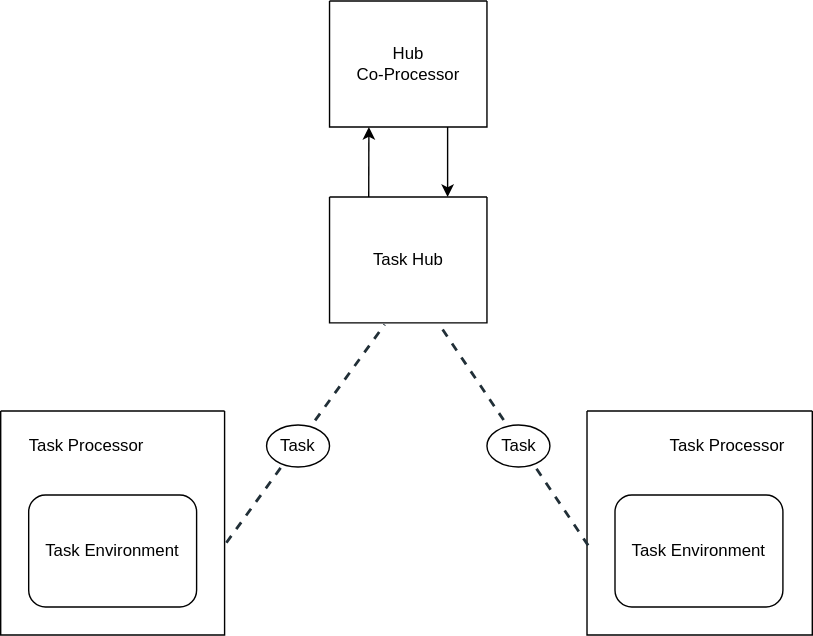
Earlier version of the draw.io export Task.drawio.svg (BlackSpider8391/TaskFlow). Source tidied: cells renumbered, new cells last; positions are measured from the earlier drawing's top-left corner, leaving out a move shared by most shapes.
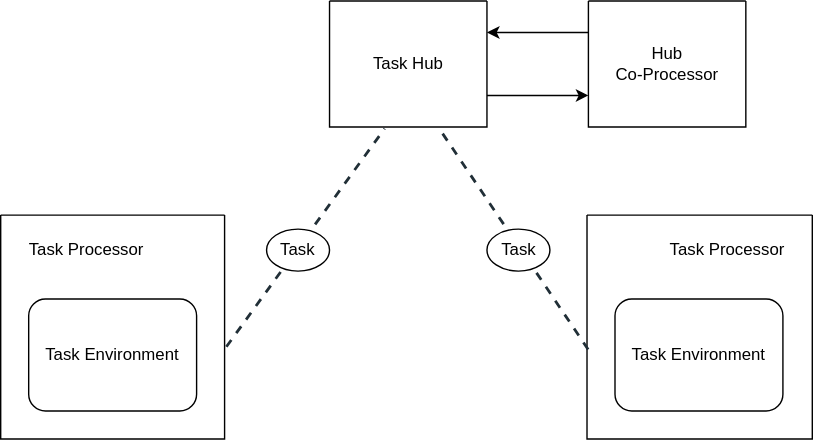
Later version of the same file.

What changed in the source:
```diff
@@ -33,17 +33,15 @@
       <mxGeometry x="347.5" y="303" width="45" height="30" as="geometry" />
     </mxCell>
     <mxCell id="12" style="swimlane;startSize=0;" parent="1" vertex="1">
-      <mxGeometry x="235" width="112.5" height="90" as="geometry" />
+      <mxGeometry x="420" y="140" width="112.5" height="90" as="geometry" />
     </mxCell>
     <mxCell id="13" value="Hub &lt;br&gt;Co-Processor" style="text;html=1;align=center;verticalAlign=middle;strokeColor=none;fillColor=none;" parent="12" vertex="1">
       <mxGeometry x="6.2" y="25" width="100" height="40" as="geometry" />
     </mxCell>
-    <mxCell id="14" style="endArrow=classic;html=1;rounded=0;entryX=0.25;entryY=1;entryDx=0;entryDy=0;" parent="1" edge="1" target="12">
-      <mxGeometry relative="1" as="geometry">
-        <mxPoint x="263" y="140" as="sourcePoint" />
-      </mxGeometry>
+    <mxCell id="14" style="endArrow=classic;html=1;rounded=0;entryX=0;entryY=0.75;entryDx=0;entryDy=0;exitX=1;exitY=0.75;exitDx=0;exitDy=0;" parent="1" edge="1" source="9" target="12">
+      <mxGeometry relative="1" as="geometry" />
     </mxCell>
-    <mxCell id="15" style="endArrow=classic;html=1;rounded=0;entryX=0.75;entryY=0;entryDx=0;entryDy=0;exitX=0.75;exitY=1;exitDx=0;exitDy=0;" parent="1" edge="1" source="12" target="9">
+    <mxCell id="15" style="endArrow=classic;html=1;rounded=0;entryX=1;entryY=0.25;entryDx=0;entryDy=0;exitX=0;exitY=0.25;exitDx=0;exitDy=0;" parent="1" edge="1" source="12" target="9">
       <mxGeometry relative="1" as="geometry" />
     </mxCell>
     <mxCell id="16" value="Task Environment" style="rounded=1;whiteSpace=wrap;html=1;" parent="1" vertex="1">
```
